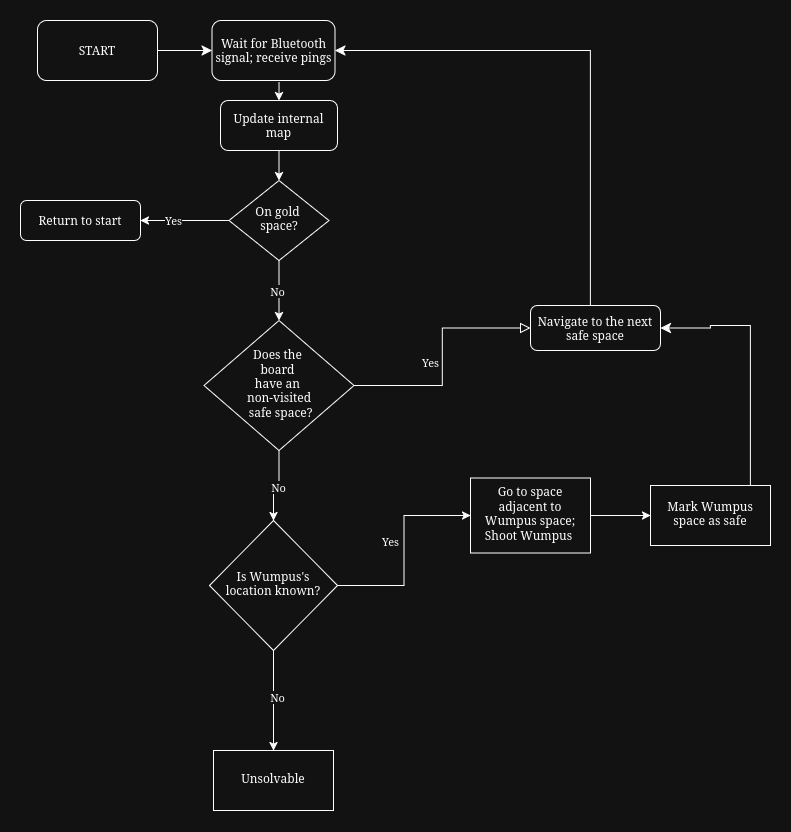
The draw.io diagram media/algorithm.png in Jocowl25/robotMindsAndMachines, before a commit. Source tidied: cells renumbered, new cells last; positions are measured from the earlier drawing's top-left corner, leaving out a move shared by most shapes.
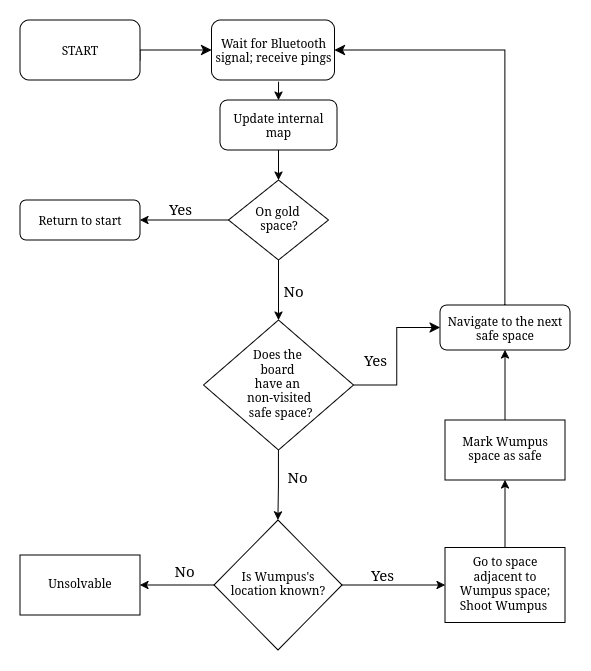
Above is the later version.

Commit message:
added algorithm content

Diff of the diagram source:
```diff
@@ -11,53 +11,57 @@
     <mxCell id="4" value="Return to start" style="rounded=1;whiteSpace=wrap;html=1;fontSize=12;glass=0;strokeWidth=1;shadow=0;" parent="1" vertex="1">
       <mxGeometry y="180" width="120" height="40" as="geometry" />
     </mxCell>
-    <mxCell id="5" value="Yes" style="edgeStyle=orthogonalEdgeStyle;rounded=0;html=1;jettySize=auto;fontSize=11;endArrow=block;endFill=0;endSize=8;strokeWidth=1;shadow=0;labelBackgroundColor=none;" parent="1" edge="1" source="8" target="9">
-      <mxGeometry x="-0.04" y="12" relative="1" as="geometry" />
+    <mxCell id="5" value="&lt;font style=&quot;font-size: 15px;&quot;&gt;Yes&lt;/font&gt;" style="edgeStyle=orthogonalEdgeStyle;rounded=0;html=1;jettySize=auto;fontSize=11;endArrow=classic;endFill=1;endSize=8;strokeWidth=1;shadow=0;labelBackgroundColor=none;" parent="1" edge="1" source="8" target="9">
+      <mxGeometry x="-0.03" y="22" relative="1" as="geometry" />
     </mxCell>
     <mxCell id="6" style="edgeStyle=orthogonalEdgeStyle;rounded=0;jettySize=auto;html=1;" parent="1" edge="1" source="8" target="15">
       <mxGeometry relative="1" as="geometry" />
     </mxCell>
-    <mxCell id="7" value="No" style="edgeLabel;html=1;align=center;verticalAlign=middle;" parent="6" vertex="1">
-      <mxGeometry x="-0.04" y="1" relative="1" as="geometry" />
+    <mxCell id="7" value="No" style="edgeLabel;html=1;align=center;verticalAlign=middle;fontSize=15;labelBackgroundColor=none;" parent="6" vertex="1">
+      <mxGeometry x="-0.04" y="1" relative="1" as="geometry">
+        <mxPoint x="17" y="-8" as="offset" />
+      </mxGeometry>
     </mxCell>
     <mxCell id="8" value="&lt;div&gt;Does the&amp;nbsp;&lt;/div&gt;&lt;div&gt;board&amp;nbsp;&lt;/div&gt;&lt;div&gt;have an&amp;nbsp;&lt;/div&gt;&lt;div&gt;non-visited&lt;/div&gt;&lt;div&gt;&amp;nbsp;safe space?&lt;/div&gt;" style="rhombus;whiteSpace=wrap;html=1;shadow=0;fontFamily=Helvetica;fontSize=12;align=center;strokeWidth=1;spacing=6;spacingTop=-4;" parent="1" vertex="1">
       <mxGeometry x="183.5" y="300" width="150" height="130" as="geometry" />
     </mxCell>
     <mxCell id="9" value="Navigate to the next safe space" style="rounded=1;whiteSpace=wrap;html=1;fontSize=12;glass=0;strokeWidth=1;shadow=0;" parent="1" vertex="1">
-      <mxGeometry x="510" y="285" width="130" height="45" as="geometry" />
+      <mxGeometry x="420" y="285" width="130" height="45" as="geometry" />
     </mxCell>
     <mxCell id="10" style="edgeStyle=segmentEdgeStyle;endArrow=classic;html=1;curved=0;rounded=0;endSize=8;startSize=8;exitX=0.5;exitY=0;exitDx=0;exitDy=0;entryX=1;entryY=0.5;entryDx=0;entryDy=0;" parent="1" edge="1" source="9" target="2">
       <mxGeometry relative="1" as="geometry">
         <Array as="points">
-          <mxPoint x="570" y="30" />
+          <mxPoint x="485" y="30" />
         </Array>
       </mxGeometry>
     </mxCell>
     <mxCell id="11" style="edgeStyle=orthogonalEdgeStyle;rounded=0;jettySize=auto;html=1;" parent="1" edge="1" source="15" target="17">
       <mxGeometry relative="1" as="geometry" />
     </mxCell>
-    <mxCell id="12" value="Yes" style="edgeLabel;html=1;align=center;verticalAlign=middle;" parent="11" vertex="1">
+    <mxCell id="12" value="Yes" style="edgeLabel;html=1;align=center;verticalAlign=middle;fontSize=15;labelBackgroundColor=none;" parent="11" vertex="1">
       <mxGeometry x="0.1" y="-2" relative="1" as="geometry">
-        <mxPoint x="-16" as="offset" />
+        <mxPoint x="-17" y="-13" as="offset" />
       </mxGeometry>
     </mxCell>
     <mxCell id="13" style="edgeStyle=orthogonalEdgeStyle;rounded=0;jettySize=auto;html=1;" parent="1" edge="1" source="15" target="21">
       <mxGeometry relative="1" as="geometry" />
     </mxCell>
-    <mxCell id="14" value="No" style="edgeLabel;html=1;align=center;verticalAlign=middle;" parent="13" vertex="1">
-      <mxGeometry x="-0.06" y="3" relative="1" as="geometry" />
+    <mxCell id="14" value="No" style="edgeLabel;html=1;align=center;verticalAlign=middle;fontSize=15;labelBackgroundColor=none;" parent="13" vertex="1">
+      <mxGeometry x="-0.06" y="3" relative="1" as="geometry">
+        <mxPoint x="4" y="-18" as="offset" />
+      </mxGeometry>
     </mxCell>
     <mxCell id="15" value="Is Wumpus's location known?" style="rhombus;whiteSpace=wrap;html=1;shadow=0;fontFamily=Helvetica;fontSize=12;align=center;strokeWidth=1;spacing=6;spacingTop=-4;" parent="1" vertex="1">
-      <mxGeometry x="189" y="500" width="128" height="130" as="geometry" />
+      <mxGeometry x="194" y="500" width="128" height="130" as="geometry" />
     </mxCell>
     <mxCell id="16" style="edgeStyle=orthogonalEdgeStyle;rounded=0;jettySize=auto;html=1;" parent="1" edge="1" source="17" target="18">
       <mxGeometry relative="1" as="geometry" />
     </mxCell>
     <mxCell id="17" value="&lt;div&gt;Go to space adjacent to Wumpus space; Shoot Wumpus&amp;nbsp;&lt;/div&gt;" style="whiteSpace=wrap;html=1;shadow=0;strokeWidth=1;spacing=6;spacingTop=-4;" parent="1" vertex="1">
-      <mxGeometry x="450" y="457.5" width="120" height="75" as="geometry" />
+      <mxGeometry x="425" y="527.5" width="120" height="75" as="geometry" />
     </mxCell>
     <mxCell id="18" value="Mark Wumpus space as safe" style="whiteSpace=wrap;html=1;shadow=0;strokeWidth=1;spacing=6;spacingTop=-4;" parent="1" vertex="1">
-      <mxGeometry x="630" y="465" width="120" height="60" as="geometry" />
+      <mxGeometry x="425" y="400" width="120" height="60" as="geometry" />
     </mxCell>
     <mxCell id="19" style="edgeStyle=segmentEdgeStyle;endArrow=classic;html=1;curved=0;rounded=0;endSize=8;startSize=8;exitX=1;exitY=0.5;exitDx=0;exitDy=0;entryX=0;entryY=0.5;entryDx=0;entryDy=0;" parent="1" edge="1" source="22" target="2">
       <mxGeometry relative="1" as="geometry">
@@ -66,20 +70,11 @@
         </Array>
       </mxGeometry>
     </mxCell>
-    <mxCell id="20" style="edgeStyle=segmentEdgeStyle;endArrow=classic;html=1;curved=0;rounded=0;endSize=8;startSize=8;exitX=0.5;exitY=0;exitDx=0;exitDy=0;entryX=1;entryY=0.5;entryDx=0;entryDy=0;" parent="1" edge="1" source="18" target="9">
-      <mxGeometry relative="1" as="geometry">
-        <Array as="points">
-          <mxPoint x="730" y="305" />
-          <mxPoint x="690" y="305" />
-          <mxPoint x="690" y="308" />
-        </Array>
-      </mxGeometry>
-    </mxCell>
     <mxCell id="21" value="&lt;div&gt;Unsolvable&lt;/div&gt;" style="whiteSpace=wrap;html=1;shadow=0;strokeWidth=1;spacing=6;spacingTop=-4;" parent="1" vertex="1">
-      <mxGeometry x="193" y="730" width="120" height="60" as="geometry" />
+      <mxGeometry y="535" width="120" height="60" as="geometry" />
     </mxCell>
     <mxCell id="22" value="&lt;div&gt;START&lt;/div&gt;" style="rounded=1;whiteSpace=wrap;html=1;" parent="1" vertex="1">
-      <mxGeometry x="17" width="120" height="60" as="geometry" />
+      <mxGeometry width="120" height="60" as="geometry" />
     </mxCell>
     <mxCell id="23" value="Update internal map" style="rounded=1;whiteSpace=wrap;html=1;" parent="1" vertex="1">
       <mxGeometry x="200" y="80" width="117" height="50" as="geometry" />
@@ -93,14 +88,21 @@
     <mxCell id="26" style="endArrow=classic;html=1;rounded=0;exitX=0.5;exitY=1;exitDx=0;exitDy=0;entryX=0.5;entryY=0;entryDx=0;entryDy=0;" parent="1" edge="1" source="3" target="8">
       <mxGeometry relative="1" as="geometry" />
     </mxCell>
-    <mxCell id="27" value="No" style="edgeLabel;html=1;align=center;verticalAlign=middle;" parent="26" vertex="1">
-      <mxGeometry x="0.01" y="-2" relative="1" as="geometry" />
+    <mxCell id="27" value="No" style="edgeLabel;html=1;align=center;verticalAlign=middle;fontSize=15;labelBackgroundColor=none;" parent="26" vertex="1">
+      <mxGeometry x="0.01" y="-2" relative="1" as="geometry">
+        <mxPoint x="16" as="offset" />
+      </mxGeometry>
     </mxCell>
     <mxCell id="28" style="endArrow=classic;html=1;rounded=0;exitX=0;exitY=0.5;exitDx=0;exitDy=0;entryX=1;entryY=0.5;entryDx=0;entryDy=0;" parent="1" edge="1" source="3" target="4">
       <mxGeometry relative="1" as="geometry" />
     </mxCell>
-    <mxCell id="29" value="Yes" style="edgeLabel;html=1;align=center;verticalAlign=middle;" parent="28" vertex="1">
-      <mxGeometry x="0.27" y="-1" relative="1" as="geometry" />
+    <mxCell id="29" value="Yes" style="edgeLabel;html=1;align=center;verticalAlign=middle;fontSize=15;labelBackgroundColor=none;" parent="28" vertex="1">
+      <mxGeometry x="0.27" y="-1" relative="1" as="geometry">
+        <mxPoint x="8" y="-11" as="offset" />
+      </mxGeometry>
     </mxCell>
+    <mxCell id="20" style="endArrow=classic;html=1;rounded=0;exitX=0.5;exitY=0;exitDx=0;exitDy=0;entryX=0.5;entryY=1;entryDx=0;entryDy=0;" parent="1" edge="1" source="18" target="9">
+      <mxGeometry relative="1" as="geometry" />
+    </mxCell>
   </root>
 </mxGraphModel>
```
